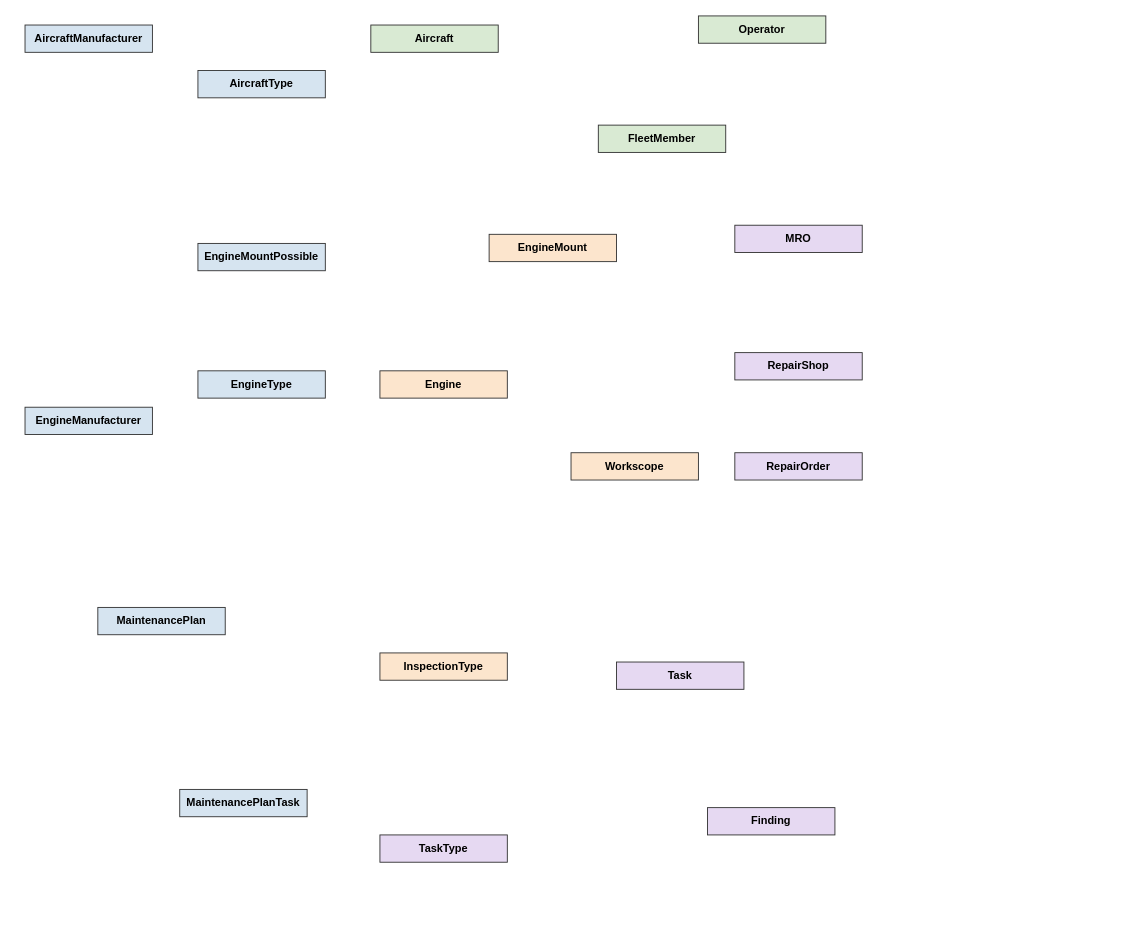
Earlier version of the draw.io diagram app/docs/requirements/DataModel-layout.drawio (aide-examples/aide-rap). Source tidied: cells renumbered, new cells numbered last; positions are measured from the earlier drawing's top-left corner, leaving out a move shared by most shapes. Both pictures are drawn from the tidied source at 91%, with x=0, y=0 at pixel (25, 15).
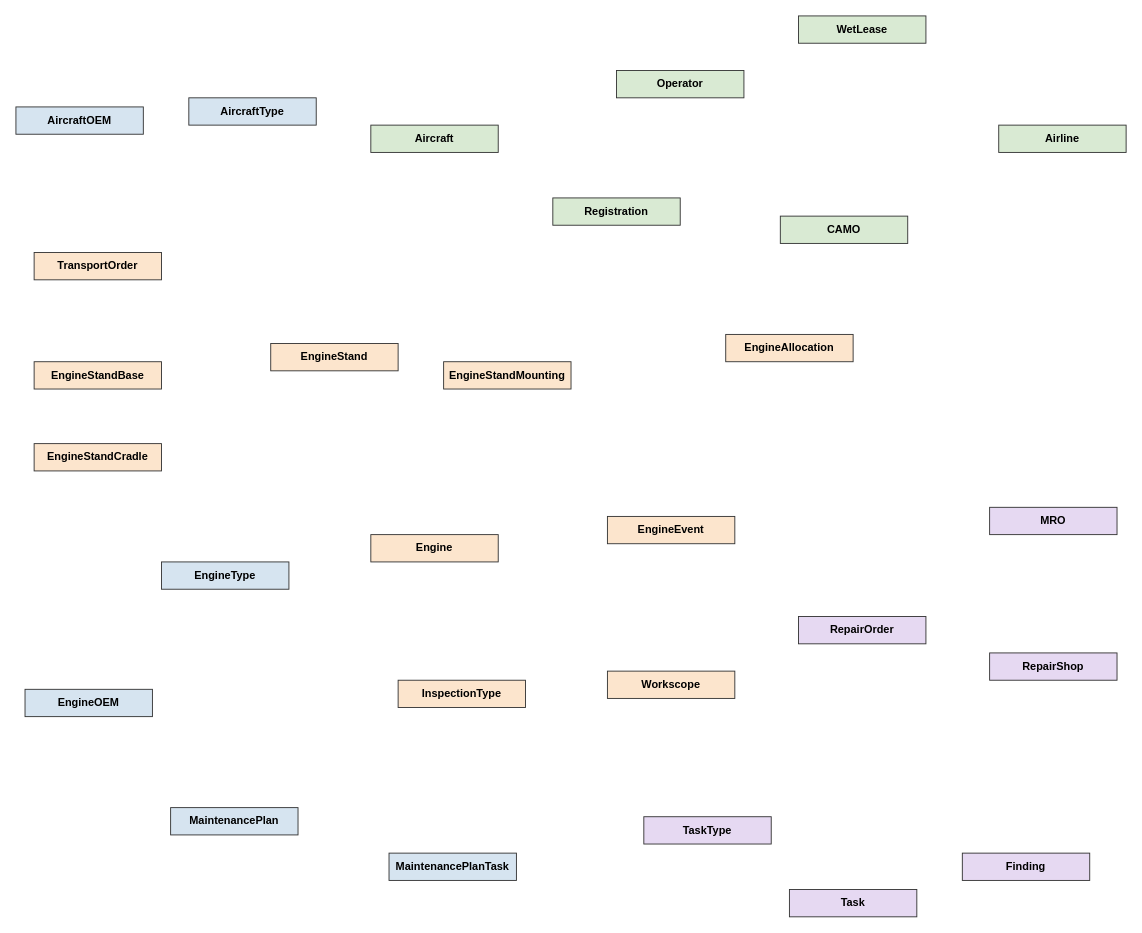
The same diagram, later.

What changed in the source:
```diff
@@
-    <mxCell id="2" value="AircraftManufacturer" style="rounded=0;whiteSpace=wrap;html=1;fillColor=#D6E4F0;strokeColor=#333333;fontStyle=1;" parent="1" vertex="1">
-      <mxGeometry y="10" width="140" height="30" as="geometry" />
-    </mxCell>
     <mxCell id="3" value="AircraftType" style="rounded=0;whiteSpace=wrap;html=1;fillColor=#D6E4F0;strokeColor=#333333;fontStyle=1;" parent="1" vertex="1">
-      <mxGeometry x="190" y="60" width="140" height="30" as="geometry" />
+      <mxGeometry x="180" y="90" width="140" height="30" as="geometry" />
     </mxCell>
-    <mxCell id="4" value="EngineManufacturer" style="rounded=0;whiteSpace=wrap;html=1;fillColor=#D6E4F0;strokeColor=#333333;fontStyle=1;" parent="1" vertex="1">
-      <mxGeometry y="430" width="140" height="30" as="geometry" />
-    </mxCell>
     <mxCell id="5" value="EngineType" style="rounded=0;whiteSpace=wrap;html=1;fillColor=#D6E4F0;strokeColor=#333333;fontStyle=1;" parent="1" vertex="1">
-      <mxGeometry x="190" y="390" width="140" height="30" as="geometry" />
+      <mxGeometry x="150" y="600" width="140" height="30" as="geometry" />
     </mxCell>
     <mxCell id="6" value="MaintenancePlan" style="rounded=0;whiteSpace=wrap;html=1;fillColor=#D6E4F0;strokeColor=#333333;fontStyle=1;" parent="1" vertex="1">
-      <mxGeometry x="80" y="650" width="140" height="30" as="geometry" />
+      <mxGeometry x="160" y="870" width="140" height="30" as="geometry" />
     </mxCell>
     <mxCell id="7" value="MaintenancePlanTask" style="rounded=0;whiteSpace=wrap;html=1;fillColor=#D6E4F0;strokeColor=#333333;fontStyle=1;" parent="1" vertex="1">
-      <mxGeometry x="170" y="850" width="140" height="30" as="geometry" />
+      <mxGeometry x="400" y="920" width="140" height="30" as="geometry" />
     </mxCell>
     <mxCell id="8" value="Operator" style="rounded=0;whiteSpace=wrap;html=1;fillColor=#D9EAD3;strokeColor=#333333;fontStyle=1;" parent="1" vertex="1">
-      <mxGeometry x="740" width="140" height="30" as="geometry" />
+      <mxGeometry x="650" y="60" width="140" height="30" as="geometry" />
     </mxCell>
     <mxCell id="9" value="Aircraft" style="rounded=0;whiteSpace=wrap;html=1;fillColor=#D9EAD3;strokeColor=#333333;fontStyle=1;" parent="1" vertex="1">
-      <mxGeometry x="380" y="10" width="140" height="30" as="geometry" />
+      <mxGeometry x="380" y="120" width="140" height="30" as="geometry" />
     </mxCell>
     <mxCell id="10" value="Engine" style="rounded=0;whiteSpace=wrap;html=1;fillColor=#FCE5CD;strokeColor=#333333;fontStyle=1;" parent="1" vertex="1">
-      <mxGeometry x="390" y="390" width="140" height="30" as="geometry" />
+      <mxGeometry x="380" y="570" width="140" height="30" as="geometry" />
     </mxCell>
-    <mxCell id="11" value="EngineMount" style="rounded=0;whiteSpace=wrap;html=1;fillColor=#FCE5CD;strokeColor=#333333;fontStyle=1;" parent="1" vertex="1">
-      <mxGeometry x="510" y="240" width="140" height="30" as="geometry" />
-    </mxCell>
     <mxCell id="12" value="InspectionType" style="rounded=0;whiteSpace=wrap;html=1;fillColor=#FCE5CD;strokeColor=#333333;fontStyle=1;" parent="1" vertex="1">
-      <mxGeometry x="390" y="700" width="140" height="30" as="geometry" />
+      <mxGeometry x="410" y="730" width="140" height="30" as="geometry" />
     </mxCell>
     <mxCell id="13" value="Workscope" style="rounded=0;whiteSpace=wrap;html=1;fillColor=#FCE5CD;strokeColor=#333333;fontStyle=1;" parent="1" vertex="1">
-      <mxGeometry x="600" y="480" width="140" height="30" as="geometry" />
+      <mxGeometry x="640" y="720" width="140" height="30" as="geometry" />
     </mxCell>
     <mxCell id="14" value="MRO" style="rounded=0;whiteSpace=wrap;html=1;fillColor=#E6D9F2;strokeColor=#333333;fontStyle=1;" parent="1" vertex="1">
-      <mxGeometry x="780" y="230" width="140" height="30" as="geometry" />
+      <mxGeometry x="1060" y="540" width="140" height="30" as="geometry" />
     </mxCell>
     <mxCell id="15" value="RepairShop" style="rounded=0;whiteSpace=wrap;html=1;fillColor=#E6D9F2;strokeColor=#333333;fontStyle=1;" parent="1" vertex="1">
-      <mxGeometry x="780" y="370" width="140" height="30" as="geometry" />
+      <mxGeometry x="1060" y="700" width="140" height="30" as="geometry" />
     </mxCell>
     <mxCell id="16" value="RepairOrder" style="rounded=0;whiteSpace=wrap;html=1;fillColor=#E6D9F2;strokeColor=#333333;fontStyle=1;" parent="1" vertex="1">
-      <mxGeometry x="780" y="480" width="140" height="30" as="geometry" />
+      <mxGeometry x="850" y="660" width="140" height="30" as="geometry" />
     </mxCell>
     <mxCell id="17" value="Task" style="rounded=0;whiteSpace=wrap;html=1;fillColor=#E6D9F2;strokeColor=#333333;fontStyle=1;" parent="1" vertex="1">
-      <mxGeometry x="650" y="710" width="140" height="30" as="geometry" />
+      <mxGeometry x="840" y="960" width="140" height="30" as="geometry" />
     </mxCell>
     <mxCell id="18" value="TaskType" style="rounded=0;whiteSpace=wrap;html=1;fillColor=#E6D9F2;strokeColor=#333333;fontStyle=1;" parent="1" vertex="1">
-      <mxGeometry x="390" y="900" width="140" height="30" as="geometry" />
+      <mxGeometry x="680" y="880" width="140" height="30" as="geometry" />
     </mxCell>
     <mxCell id="19" value="Finding" style="rounded=0;whiteSpace=wrap;html=1;fillColor=#E6D9F2;strokeColor=#333333;fontStyle=1;" parent="1" vertex="1">
-      <mxGeometry x="750" y="870" width="140" height="30" as="geometry" />
+      <mxGeometry x="1030" y="920" width="140" height="30" as="geometry" />
     </mxCell>
-    <mxCell id="20" value="FleetMember" style="rounded=0;whiteSpace=wrap;html=1;fillColor=#D9EAD3;strokeColor=#333333;fontStyle=1;" parent="1" vertex="1">
-      <mxGeometry x="630" y="120" width="140" height="30" as="geometry" />
-    </mxCell>
-    <mxCell id="21" value="EngineMountPossible" style="rounded=0;whiteSpace=wrap;html=1;fillColor=#D6E4F0;strokeColor=#333333;fontStyle=1;" parent="1" vertex="1">
-      <mxGeometry x="190" y="250" width="140" height="30" as="geometry" />
-    </mxCell>
+    <mxCell id="22" value="AircraftOEM" style="rounded=0;whiteSpace=wrap;html=1;fillColor=#D6E4F0;strokeColor=#333333;fontStyle=1;" parent="1" vertex="1">
+      <mxGeometry x="-10" y="100" width="140" height="30" as="geometry" />
+    </mxCell>
+    <mxCell id="23" value="Airline" style="rounded=0;whiteSpace=wrap;html=1;fillColor=#D9EAD3;strokeColor=#333333;fontStyle=1;" parent="1" vertex="1">
+      <mxGeometry x="1070" y="120" width="140" height="30" as="geometry" />
+    </mxCell>
+    <mxCell id="24" value="EngineAllocation" style="rounded=0;whiteSpace=wrap;html=1;fillColor=#FCE5CD;strokeColor=#333333;fontStyle=1;" parent="1" vertex="1">
+      <mxGeometry x="770" y="350" width="140" height="30" as="geometry" />
+    </mxCell>
+    <mxCell id="25" value="EngineEvent" style="rounded=0;whiteSpace=wrap;html=1;fillColor=#FCE5CD;strokeColor=#333333;fontStyle=1;" parent="1" vertex="1">
+      <mxGeometry x="640" y="550" width="140" height="30" as="geometry" />
+    </mxCell>
+    <mxCell id="26" value="EngineOEM" style="rounded=0;whiteSpace=wrap;html=1;fillColor=#D6E4F0;strokeColor=#333333;fontStyle=1;" parent="1" vertex="1">
+      <mxGeometry y="740" width="140" height="30" as="geometry" />
+    </mxCell>
+    <mxCell id="27" value="EngineStand" style="rounded=0;whiteSpace=wrap;html=1;fillColor=#FCE5CD;strokeColor=#333333;fontStyle=1;" parent="1" vertex="1">
+      <mxGeometry x="270" y="360" width="140" height="30" as="geometry" />
+    </mxCell>
+    <mxCell id="28" value="EngineStandBase" style="rounded=0;whiteSpace=wrap;html=1;fillColor=#FCE5CD;strokeColor=#333333;fontStyle=1;" parent="1" vertex="1">
+      <mxGeometry x="10" y="380" width="140" height="30" as="geometry" />
+    </mxCell>
+    <mxCell id="29" value="EngineStandCradle" style="rounded=0;whiteSpace=wrap;html=1;fillColor=#FCE5CD;strokeColor=#333333;fontStyle=1;" parent="1" vertex="1">
+      <mxGeometry x="10" y="470" width="140" height="30" as="geometry" />
+    </mxCell>
+    <mxCell id="30" value="EngineStandMounting" style="rounded=0;whiteSpace=wrap;html=1;fillColor=#FCE5CD;strokeColor=#333333;fontStyle=1;" parent="1" vertex="1">
+      <mxGeometry x="460" y="380" width="140" height="30" as="geometry" />
+    </mxCell>
+    <mxCell id="31" value="Registration" style="rounded=0;whiteSpace=wrap;html=1;fillColor=#D9EAD3;strokeColor=#333333;fontStyle=1;" parent="1" vertex="1">
+      <mxGeometry x="580" y="200" width="140" height="30" as="geometry" />
+    </mxCell>
+    <mxCell id="32" value="TransportOrder" style="rounded=0;whiteSpace=wrap;html=1;fillColor=#FCE5CD;strokeColor=#333333;fontStyle=1;" parent="1" vertex="1">
+      <mxGeometry x="10" y="260" width="140" height="30" as="geometry" />
+    </mxCell>
+    <mxCell id="33" value="WetLease" style="rounded=0;whiteSpace=wrap;html=1;fillColor=#D9EAD3;strokeColor=#333333;fontStyle=1;" parent="1" vertex="1">
+      <mxGeometry x="850" width="140" height="30" as="geometry" />
+    </mxCell>
+    <mxCell id="34" value="CAMO" style="rounded=0;whiteSpace=wrap;html=1;fillColor=#D9EAD3;strokeColor=#333333;fontStyle=1;" parent="1" vertex="1">
+      <mxGeometry x="830" y="220" width="140" height="30" as="geometry" />
+    </mxCell>
```
